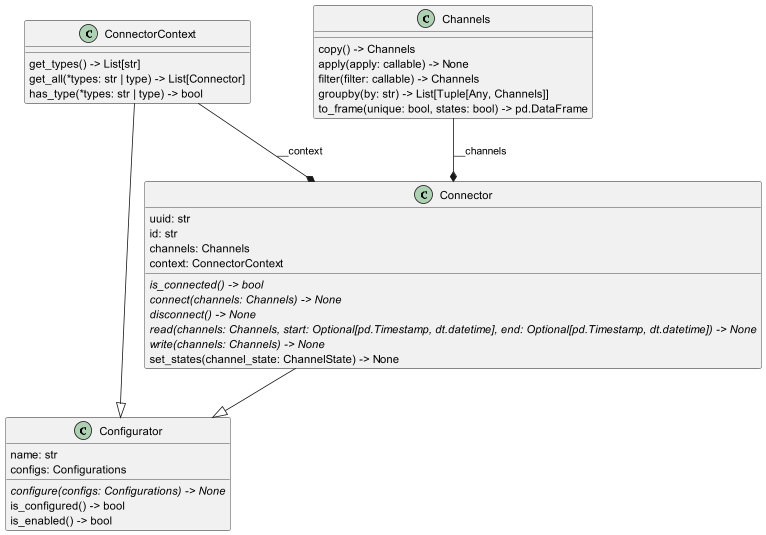
isc-konstanz/lories keeps this PlantUML diagram as doc/_static/diagrams/connector.png. Above is the earlier version.
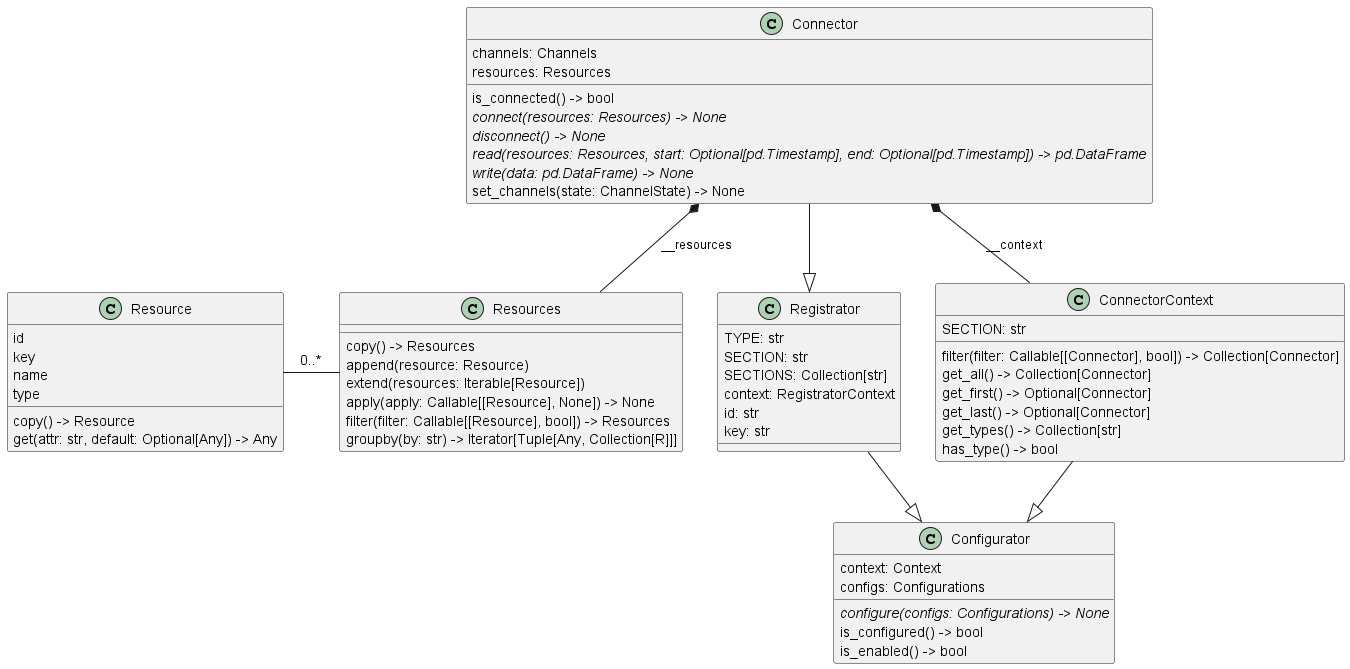
The same file after the commit.

Change to the diagram source:
```diff
@@ -1,38 +1,59 @@
 @startuml loris.connectors.connector.Connector
 set namespaceSeparator none
 class "Connector" as loris.connectors.connector.Connector {
-  uuid: str
+  channels: Channels
+  resources: Resources
+  is_connected() -> bool
+  {abstract}connect(resources: Resources) -> None
+  {abstract}disconnect() -> None
+  {abstract}read(resources: Resources, start: Optional[pd.Timestamp], end: Optional[pd.Timestamp]) -> pd.DataFrame
+  {abstract}write(data: pd.DataFrame) -> None
+  set_channels(state: ChannelState) -> None
+}
+class "Registrator" as loris.core.register.registrator.Registrator {
+  TYPE: str
+  SECTION: str
+  SECTIONS: Collection[str]
+  context: RegistratorContext
   id: str
-  channels: Channels
-  context: ConnectorContext
-  {abstract}is_connected() -> bool
-  {abstract}connect(channels: Channels) -> None
-  {abstract}disconnect() -> None
-  {abstract}read(channels: Channels, start: Optional[pd.Timestamp, dt.datetime], end: Optional[pd.Timestamp, dt.datetime]) -> None
-  {abstract}write(channels: Channels) -> None
-  set_states(channel_state: ChannelState) -> None
+  key: str
 }
-class "ConnectorContext" as loris.connectors.context.ConnectorContext {
-  get_types() -> List[str]
-  get_all(*types: str | type) -> List[Connector]
-  has_type(*types: str | type) -> bool
-}
-class "Channels" as loris.channels.collection.Channels {
-  copy() -> Channels
-  apply(apply: callable) -> None
-  filter(filter: callable) -> Channels
-  groupby(by: str) -> List[Tuple[Any, Channels]]
-  to_frame(unique: bool, states: bool) -> pd.DataFrame
-}
-class "Configurator" as loris.configs.configurator.Configurator {
-  name: str
+class "Configurator" as loris.core.configs.configurator.Configurator {
+  context: Context
   configs: Configurations
   {abstract}configure(configs: Configurations) -> None
   is_configured() -> bool
   is_enabled() -> bool
 }
-loris.connectors.connector.Connector --|> loris.configs.configurator.Configurator
-loris.connectors.context.ConnectorContext --|> loris.configs.configurator.Configurator
-loris.connectors.context.ConnectorContext --* loris.connectors.connector.Connector : __context
-loris.channels.collection.Channels --* loris.connectors.connector.Connector : __channels
+class "ConnectorContext" as loris.connectors.context.ConnectorContext {
+  SECTION: str
+  filter(filter: Callable[[Connector], bool]) -> Collection[Connector]
+  get_all() -> Collection[Connector]
+  get_first() -> Optional[Connector]
+  get_last() -> Optional[Connector]
+  get_types() -> Collection[str]
+  has_type() -> bool
+}
+class "Resources" as loris.core.resources.Resources {
+  copy() -> Resources
+  append(resource: Resource)
+  extend(resources: Iterable[Resource])
+  apply(apply: Callable[[Resource], None]) -> None
+  filter(filter: Callable[[Resource], bool]) -> Resources
+  groupby(by: str) -> Iterator[Tuple[Any, Collection[R]]]
+}
+class "Resource" as loris.core.resource.Resource {
+  id
+  key
+  name
+  type
+  copy() -> Resource
+  get(attr: str, default: Optional[Any]) -> Any
+}
+loris.core.register.registrator.Registrator --|> loris.core.configs.configurator.Configurator
+loris.connectors.connector.Connector --|> loris.core.register.registrator.Registrator
+loris.connectors.connector.Connector *-- loris.core.resources.Resources : __resources
+loris.connectors.connector.Connector *-- loris.connectors.context.ConnectorContext : __context
+loris.connectors.context.ConnectorContext --|> loris.core.configs.configurator.Configurator
+loris.core.resource.Resource - loris.core.resources.Resources : 0..*
 @enduml
```
